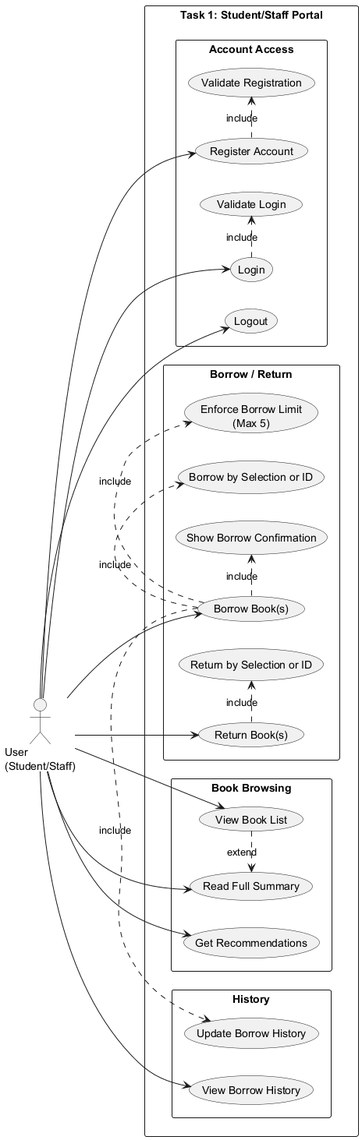
Above: task1_use_case_diagram_plantuml.png in T8k86yte/Comp3111LEx (PlantUML), before the change.
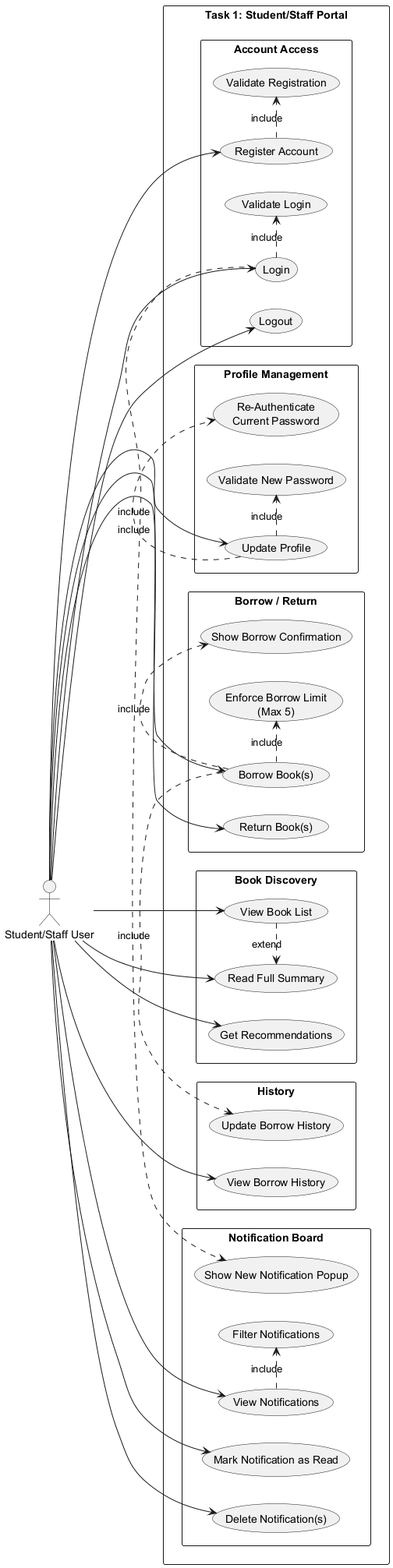
Above is the later version.

Commit message:
Restored book deletion logic

Change to the diagram source:
```diff
@@ -2,7 +2,7 @@
 left to right direction
 skinparam packageStyle rectangle
 
-actor "User\n(Student/Staff)" as User
+actor "Student/Staff User" as user
 
 rectangle "Task 1: Student/Staff Portal" {
   package "Account Access" {
@@ -13,7 +13,7 @@
     usecase "Validate Login" as UC_ValidateLogin
   }
 
-  package "Book Browsing" {
+  package "Book Discovery" {
     usecase "View Book List" as UC_ViewBooks
     usecase "Read Full Summary" as UC_ReadSummary
     usecase "Get Recommendations" as UC_Recommend
@@ -22,8 +22,6 @@
   package "Borrow / Return" {
     usecase "Borrow Book(s)" as UC_Borrow
     usecase "Return Book(s)" as UC_Return
-    usecase "Borrow by Selection or ID" as UC_BorrowModes
-    usecase "Return by Selection or ID" as UC_ReturnModes
     usecase "Show Borrow Confirmation" as UC_BorrowConfirm
     usecase "Enforce Borrow Limit\n(Max 5)" as UC_BorrowLimit
   }
@@ -32,24 +30,44 @@
     usecase "View Borrow History" as UC_ViewHistory
     usecase "Update Borrow History" as UC_UpdateHistory
   }
+
+  package "Profile Management" {
+    usecase "Update Profile" as UC_UpdateProfile
+    usecase "Re-Authenticate\nCurrent Password" as UC_ReAuthProfile
+    usecase "Validate New Password" as UC_ValidateProfilePwd
+  }
+
+  package "Notification Board" {
+    usecase "View Notifications" as UC_ViewNotifications
+    usecase "Filter Notifications" as UC_FilterNotifications
+    usecase "Mark Notification as Read" as UC_MarkRead
+    usecase "Delete Notification(s)" as UC_DeleteNotifications
+    usecase "Show New Notification Popup" as UC_ShowUnreadPopup
+  }
 }
 
-User --> UC_Register
-User --> UC_Login
-User --> UC_Logout
-User --> UC_ViewBooks
-User --> UC_ReadSummary
-User --> UC_Recommend
-User --> UC_Borrow
-User --> UC_Return
-User --> UC_ViewHistory
+user --> UC_Register
+user --> UC_Login
+user --> UC_Logout
+user --> UC_ViewBooks
+user --> UC_ReadSummary
+user --> UC_Recommend
+user --> UC_Borrow
+user --> UC_Return
+user --> UC_ViewHistory
+user --> UC_UpdateProfile
+user --> UC_ViewNotifications
+user --> UC_MarkRead
+user --> UC_DeleteNotifications
 
 UC_Register .> UC_ValidateRegister : include
 UC_Login .> UC_ValidateLogin : include
-UC_Borrow .> UC_BorrowModes : include
-UC_Return .> UC_ReturnModes : include
 UC_Borrow .> UC_BorrowConfirm : include
 UC_Borrow .> UC_BorrowLimit : include
 UC_Borrow .> UC_UpdateHistory : include
+UC_UpdateProfile .> UC_ReAuthProfile : include
+UC_UpdateProfile .> UC_ValidateProfilePwd : include
+UC_ViewNotifications .> UC_FilterNotifications : include
+UC_Login .> UC_ShowUnreadPopup : include
 UC_ViewBooks .> UC_ReadSummary : extend
 @enduml
```
